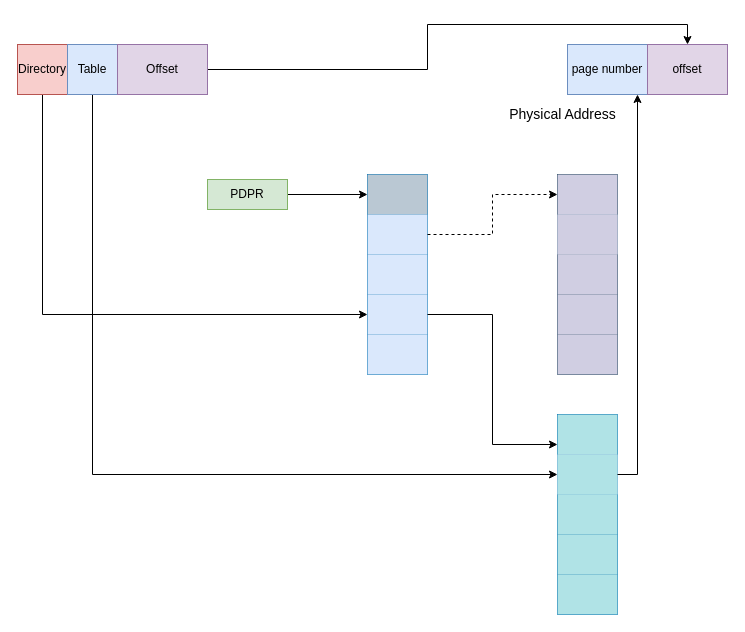
This is 2-level-page-trans.drawio from estraining/diagram-store, a draw.io file, before an edit. Source tidied: cells renumbered, new cells numbered last; positions are measured from the earlier drawing's top-left corner, leaving out a move shared by most shapes. Both pictures are drawn from the tidied source at 100%, with x=0, y=0 at pixel (17, 44).
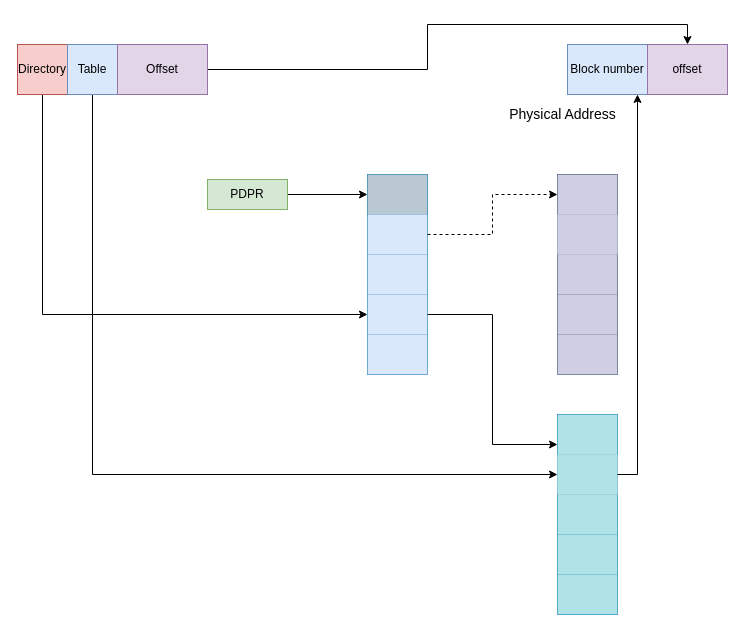
The same page after the edit.

Change to the diagram source:
```diff
@@
-    <mxCell id="45" value="page number" style="rounded=0;whiteSpace=wrap;html=1;fillColor=#dae8fc;strokeColor=#6c8ebf;" parent="1" vertex="1">
+    <mxCell id="45" value="Block number" style="rounded=0;whiteSpace=wrap;html=1;fillColor=#dae8fc;strokeColor=#6c8ebf;" parent="1" vertex="1">
       <mxGeometry x="550" width="80" height="50" as="geometry" />
     </mxCell>
```
